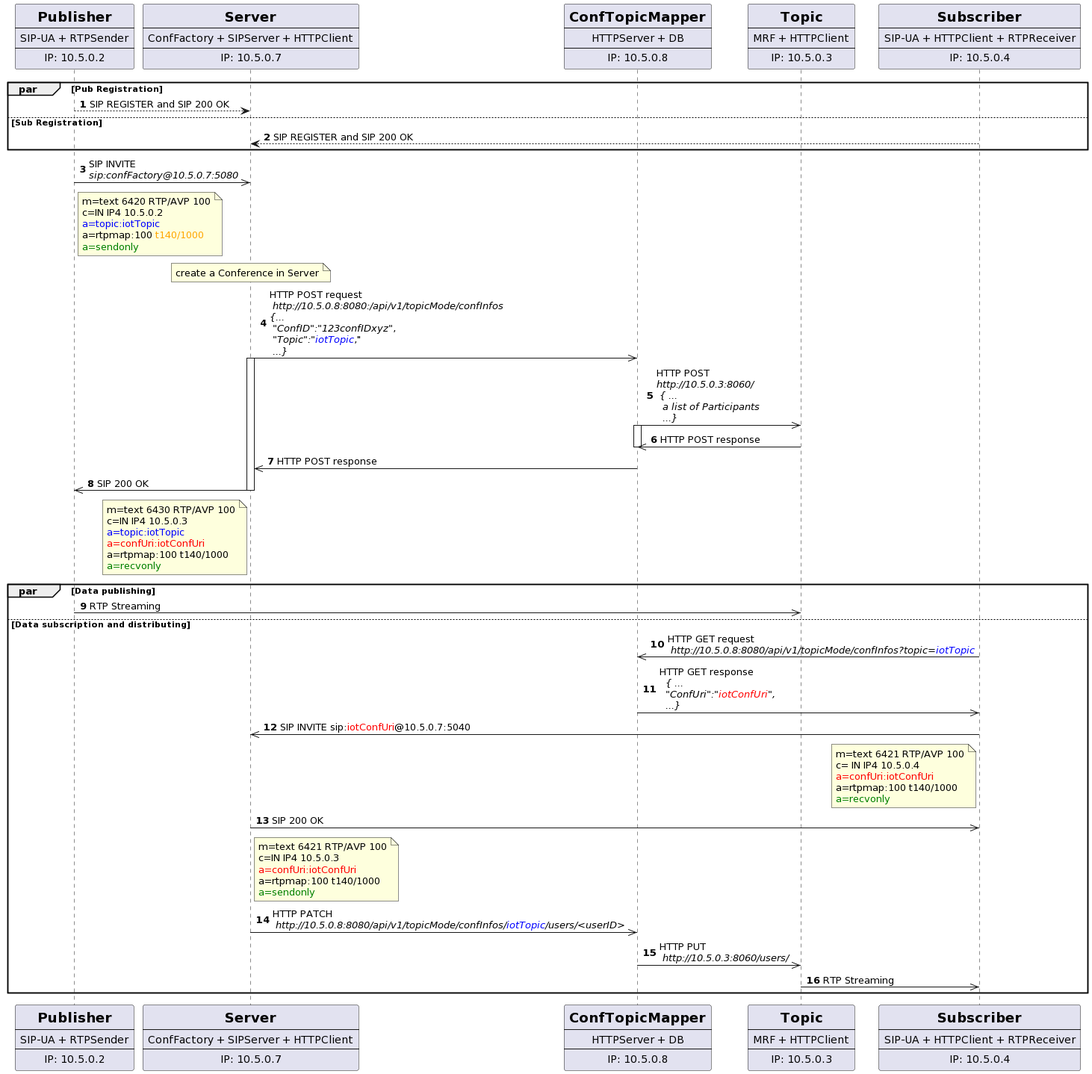
Above: out/pubsub/sequences/publish/publishing.png in chumvan/rtppubsub (PlantUML), before the change.
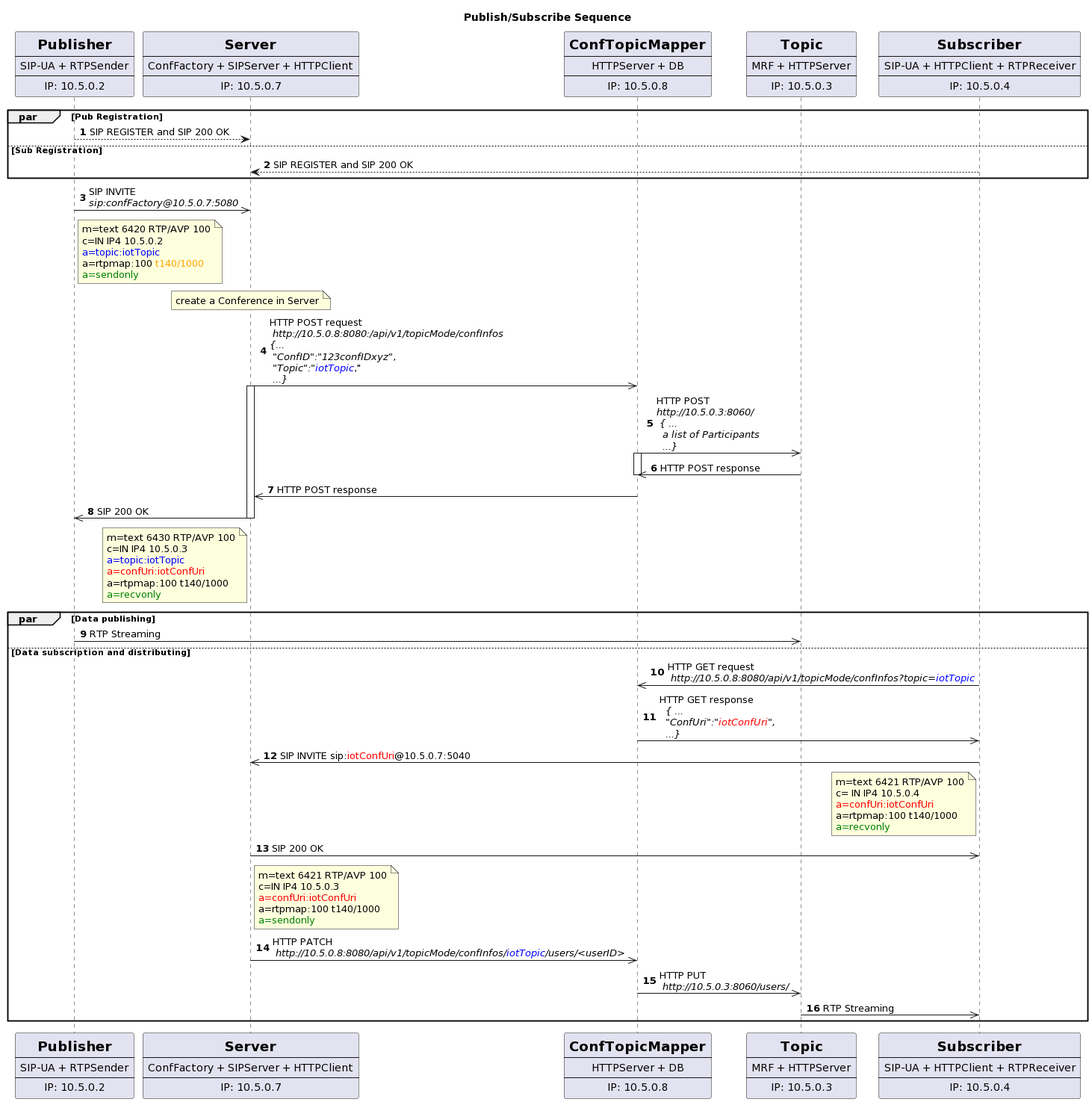
Above is the later version.

What changed in the source:
```diff
@@ -1,5 +1,6 @@
 @startuml
-autonumber
+title Publish/Subscribe Sequence
+    autonumber
     participant Pub [
         = Publisher
         ----
@@ -24,7 +25,7 @@
     participant Topic [
         = Topic
         ----
-        MRF + HTTPClient
+        MRF + HTTPServer
         ----
         IP: 10.5.0.3
     ]
```
